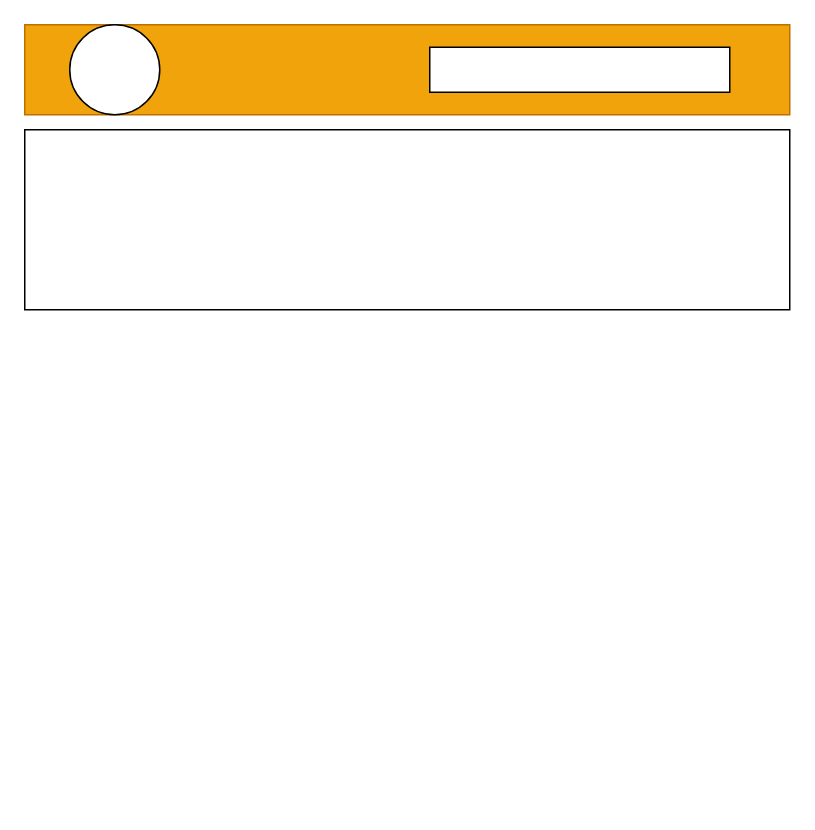
The draw.io diagram src/travail.drawio in GuillaumeB75/portfolio, before the edit. Source tidied: cells renumbered, new cells numbered last; positions are measured from the earlier drawing's top-left corner, leaving out a move shared by most shapes. Both pictures are drawn from the tidied source at 150%, with x=0, y=0 at pixel (24, 24).
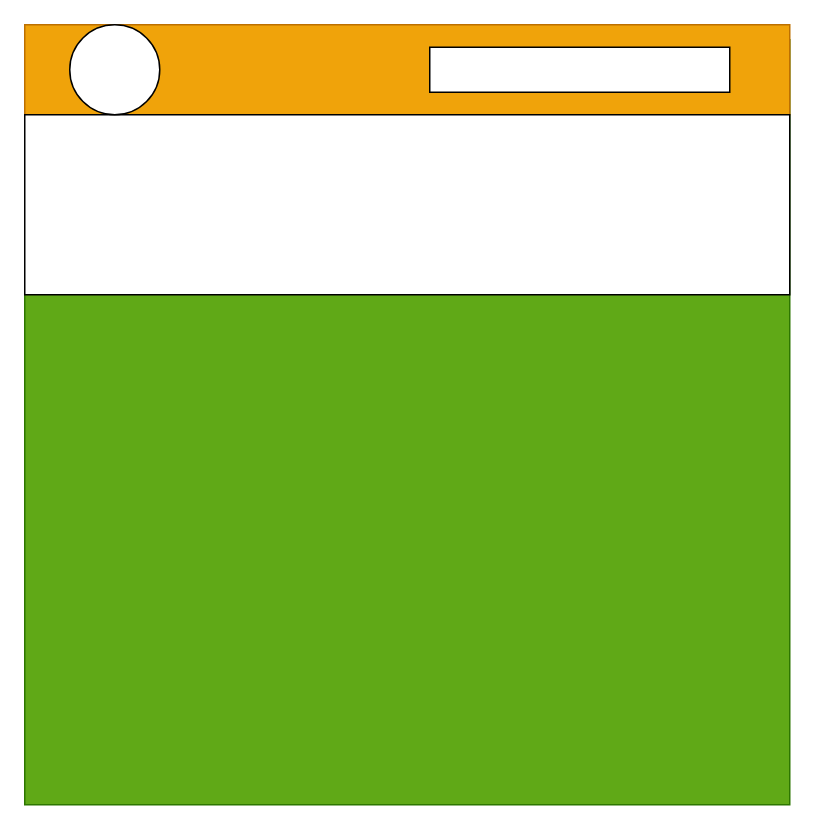
After the change.

Commit message:
détail de conception

Diff of the diagram source:
```diff
@@
 <mxGraphModel>
   <root>
     <mxCell id="0" />
     <mxCell id="1" parent="0" />
+    <mxCell id="6" style="whiteSpace=wrap;html=1;fillColor=#60a917;fontColor=#ffffff;strokeColor=#2D7600;" parent="1" vertex="1">
+      <mxGeometry y="10" width="510" height="510" as="geometry" />
+    </mxCell>
     <mxCell id="2" style="rounded=0;whiteSpace=wrap;html=1;fillColor=#f0a30a;fontColor=#000000;strokeColor=#BD7000;" parent="1" vertex="1">
       <mxGeometry width="510" height="60" as="geometry" />
     </mxCell>
     <mxCell id="3" style="rounded=0;whiteSpace=wrap;html=1;" parent="1" vertex="1">
-      <mxGeometry y="70" width="510" height="120" as="geometry" />
+      <mxGeometry y="60" width="510" height="120" as="geometry" />
     </mxCell>
     <mxCell id="4" style="ellipse;whiteSpace=wrap;html=1;" parent="1" vertex="1">
       <mxGeometry x="30" width="60" height="60" as="geometry" />
     </mxCell>
     <mxCell id="5" style="rounded=0;whiteSpace=wrap;html=1;" parent="1" vertex="1">
       <mxGeometry x="270" y="15" width="200" height="30" as="geometry" />
     </mxCell>
   </root>
 </mxGraphModel>
```
